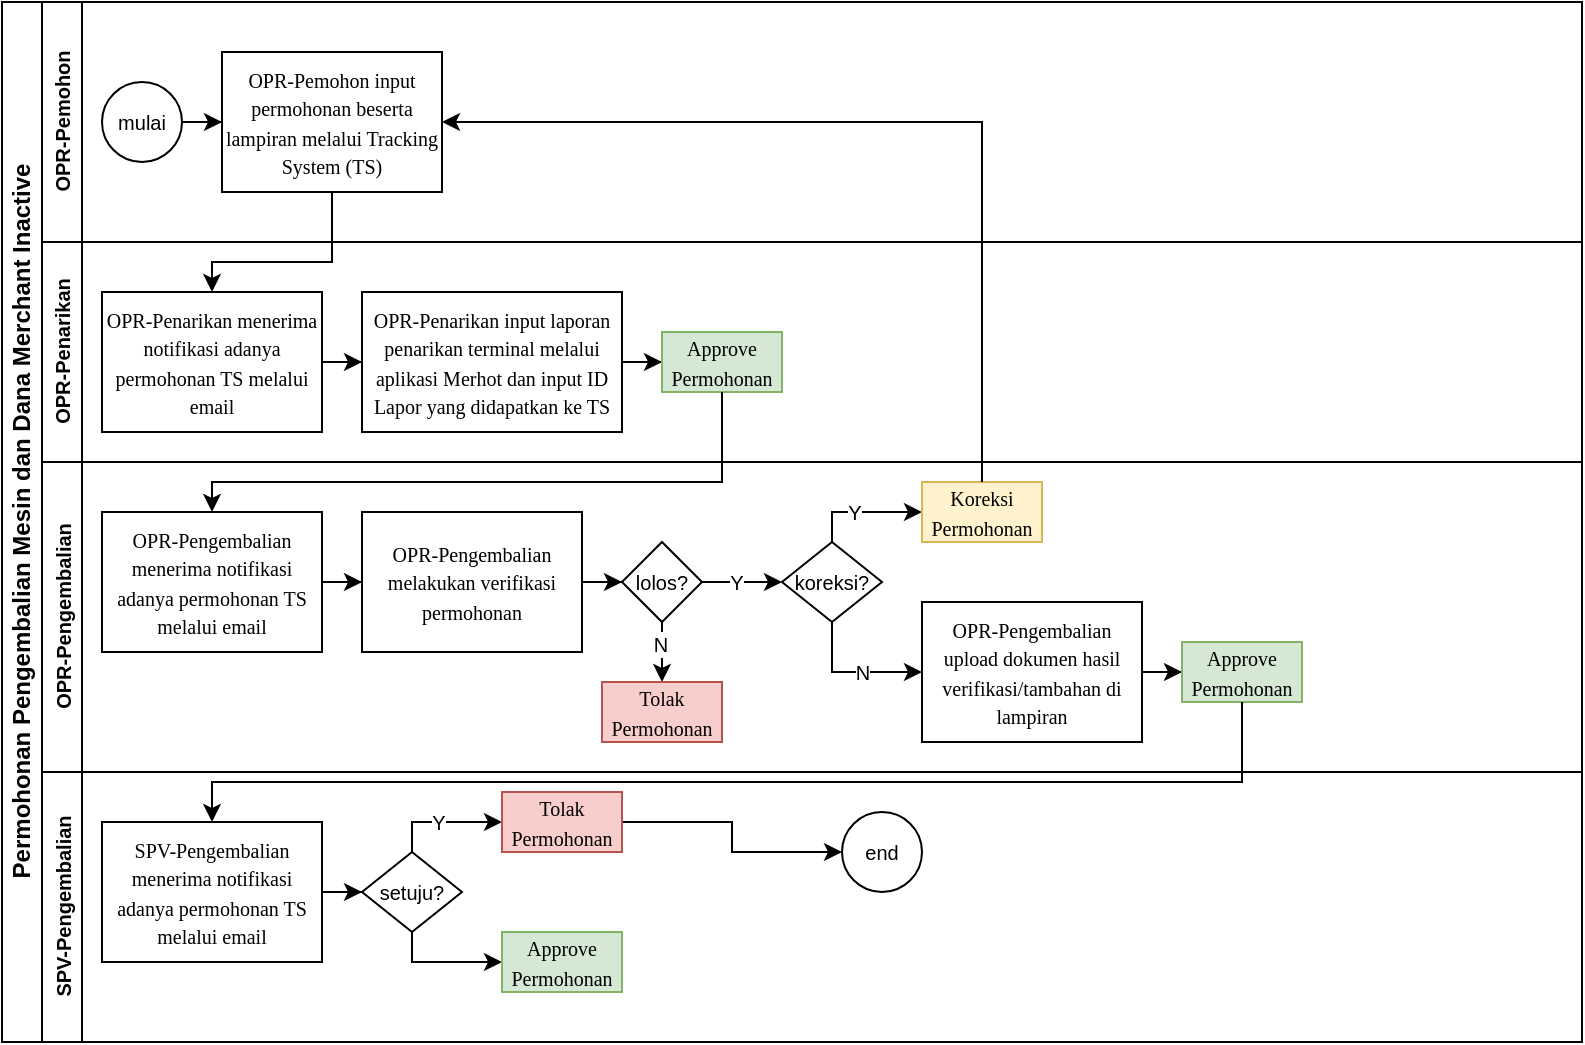
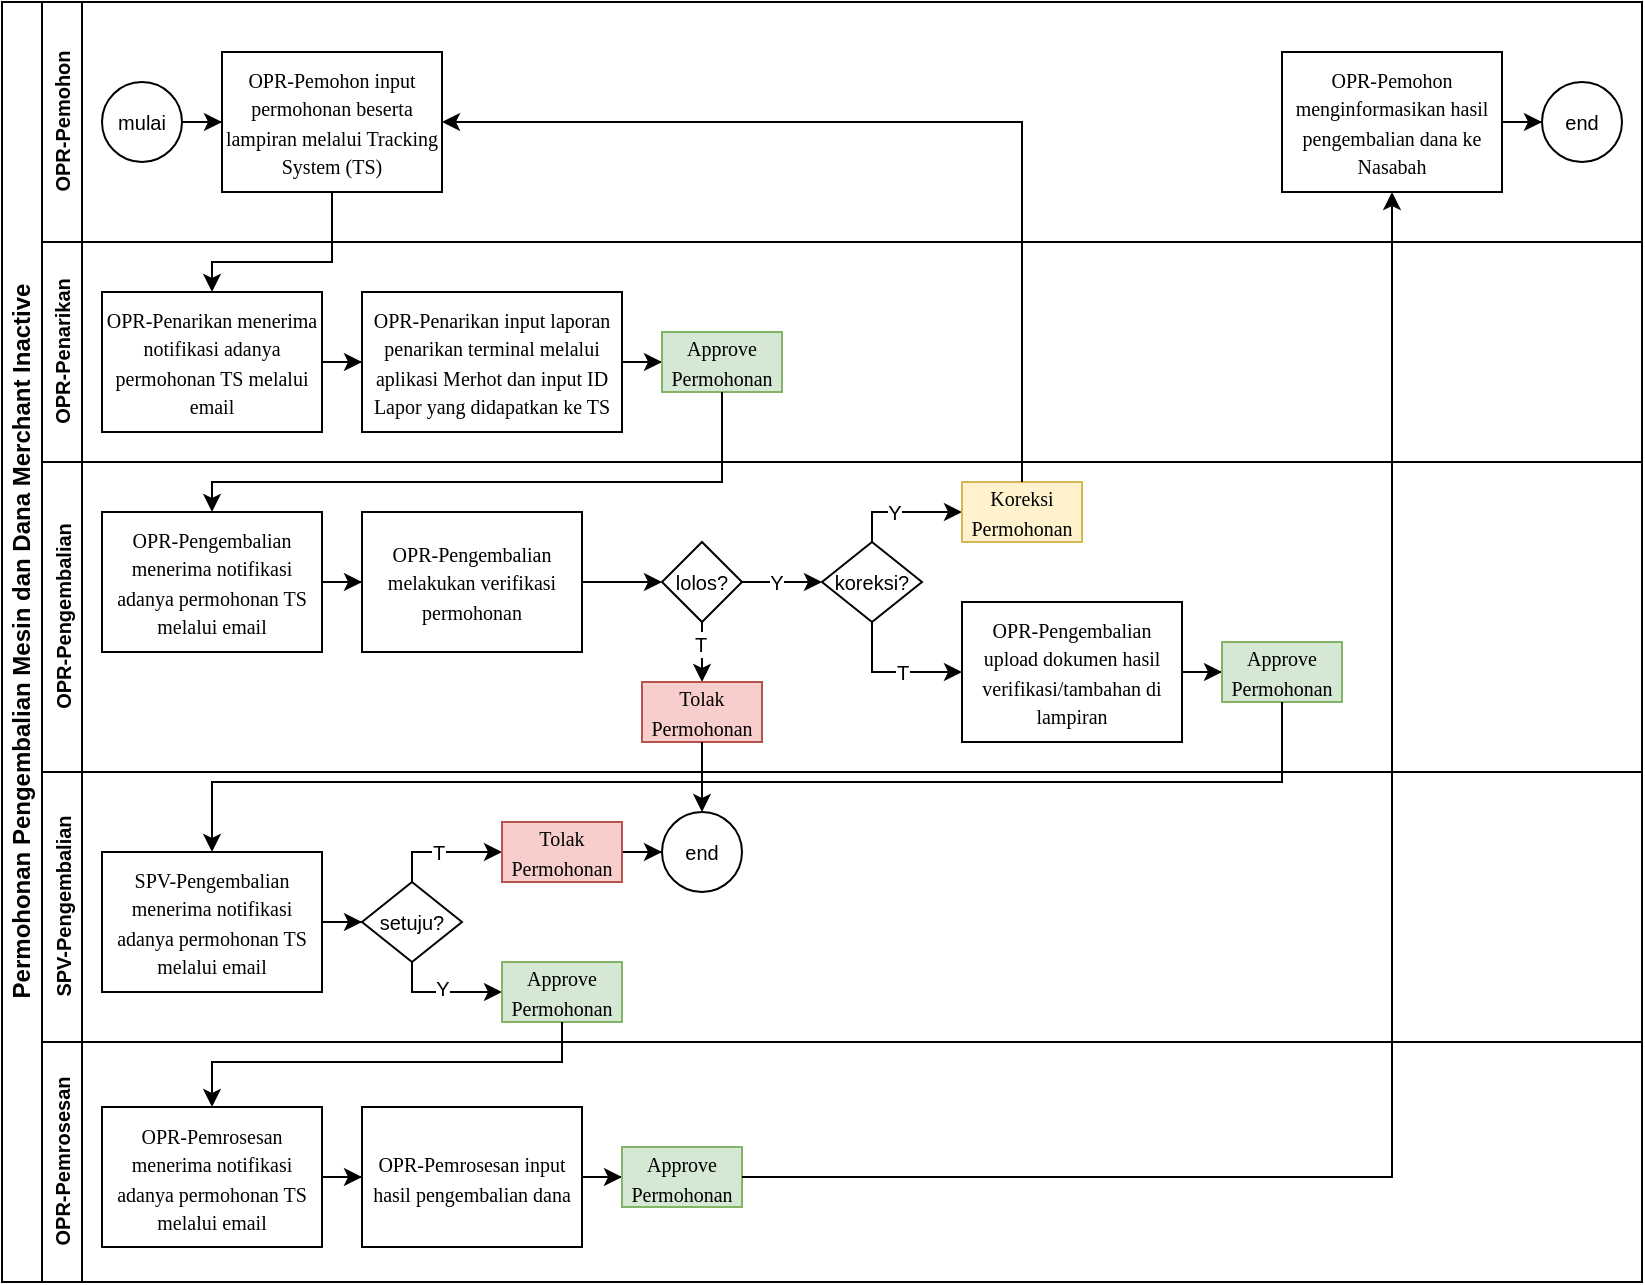
- <mxfile host="app.diagrams.net" agent="Mozilla/5.0 (Windows NT 10.0; Win64; x64) AppleWebKit/537.36 (KHTML, like Gecko) Chrome/126.0.0.0 Safari/537.36" version="29.5.4">
+ <mxfile host="app.diagrams.net" agent="Mozilla/5.0 (Windows NT 10.0; Win64; x64) AppleWebKit/537.36 (KHTML, like Gecko) Chrome/126.0.0.0 Safari/537.36">
  <diagram id="prtHgNgQTEPvFCAcTncT" name="Page-1">
-     <mxGraphModel dx="291" dy="184" grid="1" gridSize="10" guides="1" tooltips="1" connect="1" arrows="1" fold="1" page="1" pageScale="1" pageWidth="827" pageHeight="1169" math="0" shadow="0">
+     <mxGraphModel dx="1191" dy="765" grid="1" gridSize="10" guides="1" tooltips="1" connect="1" arrows="1" fold="1" page="1" pageScale="1" pageWidth="827" pageHeight="1169" math="0" shadow="0">
      <root>
        <mxCell id="0" />
        <mxCell id="1" parent="0" />
        <mxCell id="dNxyNK7c78bLwvsdeMH5-19" parent="1" style="swimlane;html=1;childLayout=stackLayout;resizeParent=1;resizeParentMax=0;horizontal=0;startSize=20;horizontalStack=0;" value="Permohonan Pengembalian Mesin dan Dana Merchant Inactive" vertex="1">
-           <mxGeometry height="520" width="790" x="120" y="120" as="geometry" />
+           <mxGeometry height="640" width="820" x="120" y="120" as="geometry" />
        </mxCell>
        <mxCell id="dNxyNK7c78bLwvsdeMH5-20" parent="dNxyNK7c78bLwvsdeMH5-19" style="swimlane;html=1;startSize=20;horizontal=0;" value="&lt;font style=&quot;font-size: 10px;&quot;&gt;OPR-Pemohon&lt;/font&gt;" vertex="1">
-           <mxGeometry height="120" width="770" x="20" as="geometry" />
+           <mxGeometry height="120" width="800" x="20" as="geometry" />
        </mxCell>
        <mxCell id="dNxyNK7c78bLwvsdeMH5-25" edge="1" parent="dNxyNK7c78bLwvsdeMH5-20" source="dNxyNK7c78bLwvsdeMH5-23" style="edgeStyle=orthogonalEdgeStyle;rounded=0;orthogonalLoop=1;jettySize=auto;html=1;" target="dNxyNK7c78bLwvsdeMH5-24" value="">
          <mxGeometry relative="1" as="geometry" />
        </mxCell>
        <mxCell id="dNxyNK7c78bLwvsdeMH5-23" parent="dNxyNK7c78bLwvsdeMH5-20" style="ellipse;whiteSpace=wrap;html=1;" value="&lt;font style=&quot;font-size: 10px;&quot;&gt;mulai&lt;/font&gt;" vertex="1">
          <mxGeometry height="40" width="40" x="30" y="40" as="geometry" />
        </mxCell>
        <mxCell id="dNxyNK7c78bLwvsdeMH5-24" parent="dNxyNK7c78bLwvsdeMH5-20" style="rounded=0;whiteSpace=wrap;html=1;fontFamily=Helvetica;fontSize=12;fontColor=#000000;align=center;" value="&lt;p style=&quot;margin-top: 0pt; margin-bottom: 0pt; margin-left: 0in; text-indent: 0in;&quot;&gt;&lt;font face=&quot;Calibri&quot;&gt;&lt;span style=&quot;font-size: 10px;&quot;&gt;OPR-Pemohon input permohonan beserta lampiran melalui Tracking System (TS)&lt;/span&gt;&lt;/font&gt;&lt;/p&gt;" vertex="1">
          <mxGeometry height="70" width="110" x="90" y="25" as="geometry" />
        </mxCell>
+         <mxCell id="cNa4_kytHo1qc1b3MSUK-22" parent="dNxyNK7c78bLwvsdeMH5-20" style="rounded=0;whiteSpace=wrap;html=1;fontFamily=Helvetica;fontSize=12;fontColor=#000000;align=center;" value="&lt;p style=&quot;margin-top: 0pt; margin-bottom: 0pt; margin-left: 0in; text-indent: 0in;&quot;&gt;&lt;font face=&quot;Calibri&quot;&gt;&lt;span style=&quot;font-size: 10px;&quot;&gt;OPR-Pemohon menginformasikan hasil pengembalian dana ke Nasabah&lt;/span&gt;&lt;/font&gt;&lt;/p&gt;" vertex="1">
+           <mxGeometry height="70" width="110" x="620" y="25" as="geometry" />
+         </mxCell>
        <mxCell id="NBJxpP88fzu-h1vcubgM-2" edge="1" parent="dNxyNK7c78bLwvsdeMH5-19" source="dNxyNK7c78bLwvsdeMH5-24" style="edgeStyle=orthogonalEdgeStyle;rounded=0;orthogonalLoop=1;jettySize=auto;html=1;" target="NBJxpP88fzu-h1vcubgM-1">
          <mxGeometry relative="1" as="geometry">
            <Array as="points">
              <mxPoint x="165" y="130" />
              <mxPoint x="105" y="130" />
            </Array>
          </mxGeometry>
        </mxCell>
        <mxCell id="dNxyNK7c78bLwvsdeMH5-21" parent="dNxyNK7c78bLwvsdeMH5-19" style="swimlane;html=1;startSize=20;horizontal=0;" value="&lt;font style=&quot;font-size: 10px;&quot;&gt;OPR-Penarikan&lt;/font&gt;" vertex="1">
-           <mxGeometry height="110" width="770" x="20" y="120" as="geometry" />
+           <mxGeometry height="110" width="800" x="20" y="120" as="geometry" />
        </mxCell>
        <mxCell id="NBJxpP88fzu-h1vcubgM-4" edge="1" parent="dNxyNK7c78bLwvsdeMH5-21" source="NBJxpP88fzu-h1vcubgM-1" style="edgeStyle=orthogonalEdgeStyle;rounded=0;orthogonalLoop=1;jettySize=auto;html=1;" target="NBJxpP88fzu-h1vcubgM-3">
          <mxGeometry relative="1" as="geometry" />
        </mxCell>
        <mxCell id="NBJxpP88fzu-h1vcubgM-1" parent="dNxyNK7c78bLwvsdeMH5-21" style="rounded=0;whiteSpace=wrap;html=1;fontFamily=Helvetica;fontSize=12;fontColor=#000000;align=center;" value="&lt;p style=&quot;margin-top: 0pt; margin-bottom: 0pt; margin-left: 0in; text-indent: 0in;&quot;&gt;&lt;font face=&quot;Calibri&quot;&gt;&lt;span style=&quot;font-size: 10px;&quot;&gt;OPR-Penarikan menerima notifikasi adanya permohonan TS melalui email&lt;/span&gt;&lt;/font&gt;&lt;/p&gt;" vertex="1">
          <mxGeometry height="70" width="110" x="30" y="25" as="geometry" />
        </mxCell>
        <mxCell id="NBJxpP88fzu-h1vcubgM-11" edge="1" parent="dNxyNK7c78bLwvsdeMH5-21" source="NBJxpP88fzu-h1vcubgM-3" style="edgeStyle=orthogonalEdgeStyle;rounded=0;orthogonalLoop=1;jettySize=auto;html=1;" target="NBJxpP88fzu-h1vcubgM-10">
          <mxGeometry relative="1" as="geometry" />
        </mxCell>
        <mxCell id="NBJxpP88fzu-h1vcubgM-3" parent="dNxyNK7c78bLwvsdeMH5-21" style="rounded=0;whiteSpace=wrap;html=1;fontFamily=Helvetica;fontSize=12;fontColor=#000000;align=center;" value="&lt;p style=&quot;margin-top: 0pt; margin-bottom: 0pt; margin-left: 0in; text-indent: 0in;&quot;&gt;&lt;font face=&quot;Calibri&quot;&gt;&lt;span style=&quot;font-size: 10px;&quot;&gt;OPR-Penarikan input laporan penarikan terminal melalui aplikasi Merhot dan input ID Lapor yang didapatkan ke TS&lt;/span&gt;&lt;/font&gt;&lt;/p&gt;" vertex="1">
          <mxGeometry height="70" width="130" x="160" y="25" as="geometry" />
        </mxCell>
        <mxCell id="NBJxpP88fzu-h1vcubgM-10" parent="dNxyNK7c78bLwvsdeMH5-21" style="rounded=0;whiteSpace=wrap;html=1;fontFamily=Helvetica;fontSize=12;align=center;fillColor=#d5e8d4;strokeColor=#82b366;" value="&lt;p style=&quot;margin-top: 0pt; margin-bottom: 0pt; margin-left: 0in; text-indent: 0in;&quot;&gt;&lt;font face=&quot;Calibri&quot;&gt;&lt;span style=&quot;font-size: 10px;&quot;&gt;Approve Permohonan&lt;/span&gt;&lt;/font&gt;&lt;/p&gt;" vertex="1">
          <mxGeometry height="30" width="60" x="310" y="45" as="geometry" />
        </mxCell>
        <mxCell id="NBJxpP88fzu-h1vcubgM-14" edge="1" parent="dNxyNK7c78bLwvsdeMH5-19" source="NBJxpP88fzu-h1vcubgM-10" style="edgeStyle=orthogonalEdgeStyle;rounded=0;orthogonalLoop=1;jettySize=auto;html=1;entryX=0.5;entryY=0;entryDx=0;entryDy=0;" target="NBJxpP88fzu-h1vcubgM-12">
          <mxGeometry relative="1" as="geometry">
            <Array as="points">
              <mxPoint x="360" y="240" />
              <mxPoint x="105" y="240" />
            </Array>
          </mxGeometry>
        </mxCell>
        <mxCell id="dNxyNK7c78bLwvsdeMH5-22" parent="dNxyNK7c78bLwvsdeMH5-19" style="swimlane;html=1;startSize=20;horizontal=0;" value="&lt;font style=&quot;font-size: 10px;&quot;&gt;OPR-Pengembalian&lt;/font&gt;" vertex="1">
-           <mxGeometry height="155" width="770" x="20" y="230" as="geometry" />
+           <mxGeometry height="155" width="800" x="20" y="230" as="geometry" />
        </mxCell>
        <mxCell id="NBJxpP88fzu-h1vcubgM-34" edge="1" parent="dNxyNK7c78bLwvsdeMH5-22" source="NBJxpP88fzu-h1vcubgM-12" style="edgeStyle=orthogonalEdgeStyle;rounded=0;orthogonalLoop=1;jettySize=auto;html=1;entryX=0;entryY=0.5;entryDx=0;entryDy=0;" target="NBJxpP88fzu-h1vcubgM-33">
          <mxGeometry relative="1" as="geometry" />
        </mxCell>
        <mxCell id="NBJxpP88fzu-h1vcubgM-12" parent="dNxyNK7c78bLwvsdeMH5-22" style="rounded=0;whiteSpace=wrap;html=1;fontFamily=Helvetica;fontSize=12;fontColor=#000000;align=center;" value="&lt;p style=&quot;margin-top: 0pt; margin-bottom: 0pt; margin-left: 0in; text-indent: 0in;&quot;&gt;&lt;font face=&quot;Calibri&quot;&gt;&lt;span style=&quot;font-size: 10px;&quot;&gt;OPR-Pengembalian menerima notifikasi adanya permohonan TS melalui email&lt;/span&gt;&lt;/font&gt;&lt;/p&gt;" vertex="1">
          <mxGeometry height="70" width="110" x="30" y="25" as="geometry" />
        </mxCell>
        <mxCell id="NBJxpP88fzu-h1vcubgM-35" edge="1" parent="dNxyNK7c78bLwvsdeMH5-22" source="NBJxpP88fzu-h1vcubgM-33" style="edgeStyle=orthogonalEdgeStyle;rounded=0;orthogonalLoop=1;jettySize=auto;html=1;entryX=0;entryY=0.5;entryDx=0;entryDy=0;" target="dNxyNK7c78bLwvsdeMH5-28">
          <mxGeometry relative="1" as="geometry" />
        </mxCell>
        <mxCell id="NBJxpP88fzu-h1vcubgM-33" parent="dNxyNK7c78bLwvsdeMH5-22" style="rounded=0;whiteSpace=wrap;html=1;fontFamily=Helvetica;fontSize=12;fontColor=#000000;align=center;" value="&lt;p style=&quot;margin-top: 0pt; margin-bottom: 0pt; margin-left: 0in; text-indent: 0in;&quot;&gt;&lt;font face=&quot;Calibri&quot;&gt;&lt;span style=&quot;font-size: 10px;&quot;&gt;OPR-Pengembalian melakukan verifikasi permohonan&lt;/span&gt;&lt;/font&gt;&lt;/p&gt;" vertex="1">
          <mxGeometry height="70" width="110" x="160" y="25" as="geometry" />
        </mxCell>
        <mxCell id="NBJxpP88fzu-h1vcubgM-38" edge="1" parent="dNxyNK7c78bLwvsdeMH5-22" source="dNxyNK7c78bLwvsdeMH5-28" style="edgeStyle=orthogonalEdgeStyle;rounded=0;orthogonalLoop=1;jettySize=auto;html=1;entryX=0;entryY=0.5;entryDx=0;entryDy=0;" target="NBJxpP88fzu-h1vcubgM-48">
          <mxGeometry relative="1" as="geometry" />
        </mxCell>
        <mxCell id="NBJxpP88fzu-h1vcubgM-49" connectable="0" parent="NBJxpP88fzu-h1vcubgM-38" style="edgeLabel;html=1;align=center;verticalAlign=middle;resizable=0;points=[];" value="&lt;font style=&quot;font-size: 10px;&quot;&gt;Y&lt;/font&gt;" vertex="1">
          <mxGeometry relative="1" x="-0.1633" as="geometry">
            <mxPoint as="offset" />
          </mxGeometry>
        </mxCell>
        <mxCell id="NBJxpP88fzu-h1vcubgM-50" edge="1" parent="dNxyNK7c78bLwvsdeMH5-22" source="dNxyNK7c78bLwvsdeMH5-28" style="edgeStyle=orthogonalEdgeStyle;rounded=0;orthogonalLoop=1;jettySize=auto;html=1;entryX=0.5;entryY=0;entryDx=0;entryDy=0;" target="NBJxpP88fzu-h1vcubgM-37">
          <mxGeometry relative="1" as="geometry" />
        </mxCell>
-         <mxCell id="NBJxpP88fzu-h1vcubgM-54" connectable="0" parent="NBJxpP88fzu-h1vcubgM-50" style="edgeLabel;html=1;align=center;verticalAlign=middle;resizable=0;points=[];" value="&lt;font style=&quot;font-size: 10px;&quot;&gt;N&lt;/font&gt;" vertex="1">
+         <mxCell id="NBJxpP88fzu-h1vcubgM-54" connectable="0" parent="NBJxpP88fzu-h1vcubgM-50" style="edgeLabel;html=1;align=center;verticalAlign=middle;resizable=0;points=[];" value="&lt;font style=&quot;font-size: 10px;&quot;&gt;T&lt;/font&gt;" vertex="1">
          <mxGeometry relative="1" x="0.2388" y="-1" as="geometry">
            <mxPoint as="offset" />
          </mxGeometry>
        </mxCell>
        <mxCell id="dNxyNK7c78bLwvsdeMH5-28" parent="dNxyNK7c78bLwvsdeMH5-22" style="rhombus;whiteSpace=wrap;html=1;fontFamily=Helvetica;fontSize=12;fontColor=#000000;align=center;" value="&lt;font style=&quot;font-size: 10px;&quot;&gt;lolos?&lt;/font&gt;" vertex="1">
-           <mxGeometry height="40" width="40" x="290" y="40" as="geometry" />
+           <mxGeometry height="40" width="40" x="310" y="40" as="geometry" />
        </mxCell>
        <mxCell id="NBJxpP88fzu-h1vcubgM-37" parent="dNxyNK7c78bLwvsdeMH5-22" style="rounded=0;whiteSpace=wrap;html=1;fontFamily=Helvetica;fontSize=12;align=center;fillColor=#f8cecc;strokeColor=#b85450;" value="&lt;p style=&quot;margin-top: 0pt; margin-bottom: 0pt; margin-left: 0in; text-indent: 0in;&quot;&gt;&lt;font face=&quot;Calibri&quot;&gt;&lt;span style=&quot;font-size: 10px;&quot;&gt;Tolak Permohonan&lt;/span&gt;&lt;/font&gt;&lt;/p&gt;" vertex="1">
-           <mxGeometry height="30" width="60" x="280" y="110" as="geometry" />
+           <mxGeometry height="30" width="60" x="300" y="110" as="geometry" />
        </mxCell>
        <mxCell id="NBJxpP88fzu-h1vcubgM-55" edge="1" parent="dNxyNK7c78bLwvsdeMH5-22" source="NBJxpP88fzu-h1vcubgM-48" style="edgeStyle=orthogonalEdgeStyle;rounded=0;orthogonalLoop=1;jettySize=auto;html=1;entryX=0;entryY=0.5;entryDx=0;entryDy=0;exitX=0.5;exitY=0;exitDx=0;exitDy=0;" target="NBJxpP88fzu-h1vcubgM-46">
          <mxGeometry relative="1" as="geometry">
            <Array as="points">
-               <mxPoint x="395" y="25" />
+               <mxPoint x="415" y="25" />
            </Array>
          </mxGeometry>
        </mxCell>
        <mxCell id="NBJxpP88fzu-h1vcubgM-56" connectable="0" parent="NBJxpP88fzu-h1vcubgM-55" style="edgeLabel;html=1;align=center;verticalAlign=middle;resizable=0;points=[];" value="&lt;font style=&quot;font-size: 10px;&quot;&gt;Y&lt;/font&gt;" vertex="1">
          <mxGeometry relative="1" x="-0.1288" y="-2" as="geometry">
            <mxPoint y="-2" as="offset" />
          </mxGeometry>
        </mxCell>
        <mxCell id="NBJxpP88fzu-h1vcubgM-59" edge="1" parent="dNxyNK7c78bLwvsdeMH5-22" source="NBJxpP88fzu-h1vcubgM-48" style="edgeStyle=orthogonalEdgeStyle;rounded=0;orthogonalLoop=1;jettySize=auto;html=1;entryX=0;entryY=0.5;entryDx=0;entryDy=0;exitX=0.5;exitY=1;exitDx=0;exitDy=0;" target="NBJxpP88fzu-h1vcubgM-61">
          <mxGeometry relative="1" as="geometry" />
        </mxCell>
-         <mxCell id="NBJxpP88fzu-h1vcubgM-60" connectable="0" parent="NBJxpP88fzu-h1vcubgM-59" style="edgeLabel;html=1;align=center;verticalAlign=middle;resizable=0;points=[];" value="&lt;font style=&quot;font-size: 10px;&quot;&gt;N&lt;/font&gt;" vertex="1">
+         <mxCell id="NBJxpP88fzu-h1vcubgM-60" connectable="0" parent="NBJxpP88fzu-h1vcubgM-59" style="edgeLabel;html=1;align=center;verticalAlign=middle;resizable=0;points=[];" value="&lt;font style=&quot;font-size: 10px;&quot;&gt;T&lt;/font&gt;" vertex="1">
          <mxGeometry relative="1" x="-0.7527" y="-2" as="geometry">
            <mxPoint x="17" y="16" as="offset" />
          </mxGeometry>
        </mxCell>
        <mxCell id="NBJxpP88fzu-h1vcubgM-48" parent="dNxyNK7c78bLwvsdeMH5-22" style="rhombus;whiteSpace=wrap;html=1;fontFamily=Helvetica;fontSize=12;fontColor=#000000;align=center;" value="&lt;font style=&quot;font-size: 10px;&quot;&gt;koreksi?&lt;/font&gt;" vertex="1">
-           <mxGeometry height="40" width="50" x="370" y="40" as="geometry" />
+           <mxGeometry height="40" width="50" x="390" y="40" as="geometry" />
        </mxCell>
        <mxCell id="NBJxpP88fzu-h1vcubgM-46" parent="dNxyNK7c78bLwvsdeMH5-22" style="rounded=0;whiteSpace=wrap;html=1;fontFamily=Helvetica;fontSize=12;align=center;fillColor=#fff2cc;strokeColor=#d6b656;" value="&lt;p style=&quot;margin-top: 0pt; margin-bottom: 0pt; margin-left: 0in; text-indent: 0in;&quot;&gt;&lt;font face=&quot;Calibri&quot;&gt;&lt;span style=&quot;font-size: 10px;&quot;&gt;Koreksi Permohonan&lt;/span&gt;&lt;/font&gt;&lt;/p&gt;" vertex="1">
-           <mxGeometry height="30" width="60" x="440" y="10" as="geometry" />
+           <mxGeometry height="30" width="60" x="460" y="10" as="geometry" />
        </mxCell>
        <mxCell id="NBJxpP88fzu-h1vcubgM-62" edge="1" parent="dNxyNK7c78bLwvsdeMH5-22" source="NBJxpP88fzu-h1vcubgM-61" style="edgeStyle=orthogonalEdgeStyle;rounded=0;orthogonalLoop=1;jettySize=auto;html=1;entryX=0;entryY=0.5;entryDx=0;entryDy=0;" target="NBJxpP88fzu-h1vcubgM-58">
          <mxGeometry relative="1" as="geometry" />
        </mxCell>
        <mxCell id="NBJxpP88fzu-h1vcubgM-61" parent="dNxyNK7c78bLwvsdeMH5-22" style="rounded=0;whiteSpace=wrap;html=1;fontFamily=Helvetica;fontSize=12;fontColor=#000000;align=center;" value="&lt;p style=&quot;margin-top: 0pt; margin-bottom: 0pt; margin-left: 0in; text-indent: 0in;&quot;&gt;&lt;font face=&quot;Calibri&quot;&gt;&lt;span style=&quot;font-size: 10px;&quot;&gt;OPR-Pengembalian upload dokumen hasil verifikasi/tambahan di lampiran&lt;/span&gt;&lt;/font&gt;&lt;/p&gt;" vertex="1">
-           <mxGeometry height="70" width="110" x="440" y="70" as="geometry" />
+           <mxGeometry height="70" width="110" x="460" y="70" as="geometry" />
        </mxCell>
        <mxCell id="NBJxpP88fzu-h1vcubgM-58" parent="dNxyNK7c78bLwvsdeMH5-22" style="rounded=0;whiteSpace=wrap;html=1;fontFamily=Helvetica;fontSize=12;align=center;fillColor=#d5e8d4;strokeColor=#82b366;" value="&lt;p style=&quot;margin-top: 0pt; margin-bottom: 0pt; margin-left: 0in; text-indent: 0in;&quot;&gt;&lt;font face=&quot;Calibri&quot;&gt;&lt;span style=&quot;font-size: 10px;&quot;&gt;Approve Permohonan&lt;/span&gt;&lt;/font&gt;&lt;/p&gt;" vertex="1">
-           <mxGeometry height="30" width="60" x="570" y="90" as="geometry" />
+           <mxGeometry height="30" width="60" x="590" y="90" as="geometry" />
        </mxCell>
        <mxCell id="NBJxpP88fzu-h1vcubgM-57" edge="1" parent="dNxyNK7c78bLwvsdeMH5-19" source="NBJxpP88fzu-h1vcubgM-46" style="edgeStyle=orthogonalEdgeStyle;rounded=0;orthogonalLoop=1;jettySize=auto;html=1;entryX=1;entryY=0.5;entryDx=0;entryDy=0;exitX=0.5;exitY=0;exitDx=0;exitDy=0;" target="dNxyNK7c78bLwvsdeMH5-24">
          <mxGeometry relative="1" as="geometry">
            <Array as="points">
-               <mxPoint x="490" y="60" />
-             </Array>
+               <mxPoint x="510" y="60" />
+             </Array>
+           </mxGeometry>
+         </mxCell>
+         <mxCell id="NBJxpP88fzu-h1vcubgM-64" edge="1" parent="dNxyNK7c78bLwvsdeMH5-19" source="NBJxpP88fzu-h1vcubgM-58" style="edgeStyle=orthogonalEdgeStyle;rounded=0;orthogonalLoop=1;jettySize=auto;html=1;exitX=0.5;exitY=1;exitDx=0;exitDy=0;" target="NBJxpP88fzu-h1vcubgM-63">
+           <mxGeometry relative="1" as="geometry">
+             <Array as="points">
+               <mxPoint x="640" y="390" />
+               <mxPoint x="105" y="390" />
+             </Array>
+           </mxGeometry>
+         </mxCell>
+         <mxCell id="cNa4_kytHo1qc1b3MSUK-1" edge="1" parent="dNxyNK7c78bLwvsdeMH5-19" source="NBJxpP88fzu-h1vcubgM-37" style="edgeStyle=orthogonalEdgeStyle;rounded=0;orthogonalLoop=1;jettySize=auto;html=1;" target="dNxyNK7c78bLwvsdeMH5-32">
+           <mxGeometry relative="1" as="geometry">
+             <mxPoint x="350" y="390" as="targetPoint" />
          </mxGeometry>
        </mxCell>
        <mxCell id="NBJxpP88fzu-h1vcubgM-39" parent="dNxyNK7c78bLwvsdeMH5-19" style="swimlane;html=1;startSize=20;horizontal=0;" value="&lt;font style=&quot;font-size: 10px;&quot;&gt;SPV-Pengembalian&lt;/font&gt;" vertex="1">
-           <mxGeometry height="135" width="770" x="20" y="385" as="geometry" />
+           <mxGeometry height="135" width="800" x="20" y="385" as="geometry" />
        </mxCell>
        <mxCell id="NBJxpP88fzu-h1vcubgM-68" edge="1" parent="NBJxpP88fzu-h1vcubgM-39" source="NBJxpP88fzu-h1vcubgM-63" style="edgeStyle=orthogonalEdgeStyle;rounded=0;orthogonalLoop=1;jettySize=auto;html=1;entryX=0;entryY=0.5;entryDx=0;entryDy=0;" target="NBJxpP88fzu-h1vcubgM-66">
          <mxGeometry relative="1" as="geometry" />
        </mxCell>
        <mxCell id="NBJxpP88fzu-h1vcubgM-63" parent="NBJxpP88fzu-h1vcubgM-39" style="rounded=0;whiteSpace=wrap;html=1;fontFamily=Helvetica;fontSize=12;fontColor=#000000;align=center;" value="&lt;p style=&quot;margin-top: 0pt; margin-bottom: 0pt; margin-left: 0in; text-indent: 0in;&quot;&gt;&lt;font face=&quot;Calibri&quot;&gt;&lt;span style=&quot;font-size: 10px;&quot;&gt;SPV-Pengembalian menerima notifikasi adanya permohonan TS melalui email&lt;/span&gt;&lt;/font&gt;&lt;/p&gt;" vertex="1">
-           <mxGeometry height="70" width="110" x="30" y="25" as="geometry" />
+           <mxGeometry height="70" width="110" x="30" y="40" as="geometry" />
        </mxCell>
        <mxCell id="NBJxpP88fzu-h1vcubgM-70" edge="1" parent="NBJxpP88fzu-h1vcubgM-39" source="NBJxpP88fzu-h1vcubgM-66" style="edgeStyle=orthogonalEdgeStyle;rounded=0;orthogonalLoop=1;jettySize=auto;html=1;entryX=0;entryY=0.5;entryDx=0;entryDy=0;exitX=0.5;exitY=0;exitDx=0;exitDy=0;" target="NBJxpP88fzu-h1vcubgM-69">
          <mxGeometry relative="1" as="geometry">
            <Array as="points">
-               <mxPoint x="185" y="25" />
-             </Array>
-           </mxGeometry>
-         </mxCell>
-         <mxCell id="NBJxpP88fzu-h1vcubgM-74" connectable="0" parent="NBJxpP88fzu-h1vcubgM-70" style="edgeLabel;html=1;align=center;verticalAlign=middle;resizable=0;points=[];" value="&lt;font style=&quot;font-size: 10px;&quot;&gt;Y&lt;/font&gt;" vertex="1">
+               <mxPoint x="185" y="40" />
+             </Array>
+           </mxGeometry>
+         </mxCell>
+         <mxCell id="NBJxpP88fzu-h1vcubgM-74" connectable="0" parent="NBJxpP88fzu-h1vcubgM-70" style="edgeLabel;html=1;align=center;verticalAlign=middle;resizable=0;points=[];" value="&lt;span style=&quot;font-size: 10px;&quot;&gt;T&lt;/span&gt;" vertex="1">
          <mxGeometry relative="1" x="-0.0868" as="geometry">
            <mxPoint as="offset" />
          </mxGeometry>
        </mxCell>
        <mxCell id="NBJxpP88fzu-h1vcubgM-75" edge="1" parent="NBJxpP88fzu-h1vcubgM-39" source="NBJxpP88fzu-h1vcubgM-66" style="edgeStyle=orthogonalEdgeStyle;rounded=0;orthogonalLoop=1;jettySize=auto;html=1;entryX=0;entryY=0.5;entryDx=0;entryDy=0;" target="NBJxpP88fzu-h1vcubgM-71">
          <mxGeometry relative="1" as="geometry">
            <Array as="points">
              <mxPoint x="185" y="95" />
            </Array>
          </mxGeometry>
        </mxCell>
+         <mxCell id="cNa4_kytHo1qc1b3MSUK-2" connectable="0" parent="NBJxpP88fzu-h1vcubgM-75" style="edgeLabel;html=1;align=center;verticalAlign=middle;resizable=0;points=[];" value="&lt;font style=&quot;font-size: 10px;&quot;&gt;Y&lt;/font&gt;" vertex="1">
+           <mxGeometry relative="1" x="-0.0123" y="2" as="geometry">
+             <mxPoint as="offset" />
+           </mxGeometry>
+         </mxCell>
        <mxCell id="NBJxpP88fzu-h1vcubgM-66" parent="NBJxpP88fzu-h1vcubgM-39" style="rhombus;whiteSpace=wrap;html=1;fontFamily=Helvetica;fontSize=12;fontColor=#000000;align=center;" value="&lt;font style=&quot;font-size: 10px;&quot;&gt;setuju?&lt;/font&gt;" vertex="1">
-           <mxGeometry height="40" width="50" x="160" y="40" as="geometry" />
+           <mxGeometry height="40" width="50" x="160" y="55" as="geometry" />
        </mxCell>
        <mxCell id="NBJxpP88fzu-h1vcubgM-72" edge="1" parent="NBJxpP88fzu-h1vcubgM-39" source="NBJxpP88fzu-h1vcubgM-69" style="edgeStyle=orthogonalEdgeStyle;rounded=0;orthogonalLoop=1;jettySize=auto;html=1;entryX=0;entryY=0.5;entryDx=0;entryDy=0;" target="dNxyNK7c78bLwvsdeMH5-32">
          <mxGeometry relative="1" as="geometry" />
        </mxCell>
        <mxCell id="NBJxpP88fzu-h1vcubgM-69" parent="NBJxpP88fzu-h1vcubgM-39" style="rounded=0;whiteSpace=wrap;html=1;fontFamily=Helvetica;fontSize=12;align=center;fillColor=#f8cecc;strokeColor=#b85450;" value="&lt;p style=&quot;margin-top: 0pt; margin-bottom: 0pt; margin-left: 0in; text-indent: 0in;&quot;&gt;&lt;font face=&quot;Calibri&quot;&gt;&lt;span style=&quot;font-size: 10px;&quot;&gt;Tolak Permohonan&lt;/span&gt;&lt;/font&gt;&lt;/p&gt;" vertex="1">
-           <mxGeometry height="30" width="60" x="230" y="10" as="geometry" />
+           <mxGeometry height="30" width="60" x="230" y="25" as="geometry" />
        </mxCell>
        <mxCell id="NBJxpP88fzu-h1vcubgM-71" parent="NBJxpP88fzu-h1vcubgM-39" style="rounded=0;whiteSpace=wrap;html=1;fontFamily=Helvetica;fontSize=12;align=center;fillColor=#d5e8d4;strokeColor=#82b366;" value="&lt;p style=&quot;margin-top: 0pt; margin-bottom: 0pt; margin-left: 0in; text-indent: 0in;&quot;&gt;&lt;font face=&quot;Calibri&quot;&gt;&lt;span style=&quot;font-size: 10px;&quot;&gt;Approve Permohonan&lt;/span&gt;&lt;/font&gt;&lt;/p&gt;" vertex="1">
-           <mxGeometry height="30" width="60" x="230" y="80" as="geometry" />
+           <mxGeometry height="30" width="60" x="230" y="95" as="geometry" />
        </mxCell>
        <mxCell id="dNxyNK7c78bLwvsdeMH5-32" parent="NBJxpP88fzu-h1vcubgM-39" style="ellipse;whiteSpace=wrap;html=1;" value="&lt;font style=&quot;font-size: 10px;&quot;&gt;end&lt;/font&gt;" vertex="1">
-           <mxGeometry height="40" width="40" x="400" y="20" as="geometry" />
-         </mxCell>
-         <mxCell id="NBJxpP88fzu-h1vcubgM-64" edge="1" parent="dNxyNK7c78bLwvsdeMH5-19" source="NBJxpP88fzu-h1vcubgM-58" style="edgeStyle=orthogonalEdgeStyle;rounded=0;orthogonalLoop=1;jettySize=auto;html=1;" target="NBJxpP88fzu-h1vcubgM-63">
-           <mxGeometry relative="1" as="geometry">
-             <Array as="points">
-               <mxPoint x="620" y="390" />
-               <mxPoint x="105" y="390" />
-             </Array>
-           </mxGeometry>
+           <mxGeometry height="40" width="40" x="310" y="20" as="geometry" />
+         </mxCell>
+         <mxCell id="cNa4_kytHo1qc1b3MSUK-3" parent="dNxyNK7c78bLwvsdeMH5-19" style="swimlane;html=1;startSize=20;horizontal=0;" value="&lt;font style=&quot;font-size: 10px;&quot;&gt;OPR-Pemrosesan&lt;/font&gt;" vertex="1">
+           <mxGeometry height="120" width="800" x="20" y="520" as="geometry" />
+         </mxCell>
+         <mxCell id="cNa4_kytHo1qc1b3MSUK-18" edge="1" parent="cNa4_kytHo1qc1b3MSUK-3" source="cNa4_kytHo1qc1b3MSUK-15" style="edgeStyle=orthogonalEdgeStyle;rounded=0;orthogonalLoop=1;jettySize=auto;html=1;entryX=0;entryY=0.5;entryDx=0;entryDy=0;" target="cNa4_kytHo1qc1b3MSUK-17">
+           <mxGeometry relative="1" as="geometry" />
+         </mxCell>
+         <mxCell id="cNa4_kytHo1qc1b3MSUK-15" parent="cNa4_kytHo1qc1b3MSUK-3" style="rounded=0;whiteSpace=wrap;html=1;fontFamily=Helvetica;fontSize=12;fontColor=#000000;align=center;" value="&lt;p style=&quot;margin-top: 0pt; margin-bottom: 0pt; margin-left: 0in; text-indent: 0in;&quot;&gt;&lt;font face=&quot;Calibri&quot;&gt;&lt;span style=&quot;font-size: 10px;&quot;&gt;OPR-Pemrosesan menerima notifikasi adanya permohonan TS melalui email&lt;/span&gt;&lt;/font&gt;&lt;/p&gt;" vertex="1">
+           <mxGeometry height="70" width="110" x="30" y="32.5" as="geometry" />
+         </mxCell>
+         <mxCell id="cNa4_kytHo1qc1b3MSUK-20" edge="1" parent="cNa4_kytHo1qc1b3MSUK-3" source="cNa4_kytHo1qc1b3MSUK-17" style="edgeStyle=orthogonalEdgeStyle;rounded=0;orthogonalLoop=1;jettySize=auto;html=1;entryX=0;entryY=0.5;entryDx=0;entryDy=0;" target="cNa4_kytHo1qc1b3MSUK-21">
+           <mxGeometry relative="1" as="geometry">
+             <mxPoint x="290" y="67.51999999999998" as="targetPoint" />
+           </mxGeometry>
+         </mxCell>
+         <mxCell id="cNa4_kytHo1qc1b3MSUK-17" parent="cNa4_kytHo1qc1b3MSUK-3" style="rounded=0;whiteSpace=wrap;html=1;fontFamily=Helvetica;fontSize=12;fontColor=#000000;align=center;" value="&lt;p style=&quot;margin-top: 0pt; margin-bottom: 0pt; margin-left: 0in; text-indent: 0in;&quot;&gt;&lt;font face=&quot;Calibri&quot;&gt;&lt;span style=&quot;font-size: 10px;&quot;&gt;OPR-Pemrosesan input hasil pengembalian dana&lt;/span&gt;&lt;/font&gt;&lt;/p&gt;" vertex="1">
+           <mxGeometry height="70" width="110" x="160" y="32.5" as="geometry" />
+         </mxCell>
+         <mxCell id="cNa4_kytHo1qc1b3MSUK-21" parent="cNa4_kytHo1qc1b3MSUK-3" style="rounded=0;whiteSpace=wrap;html=1;fontFamily=Helvetica;fontSize=12;align=center;fillColor=#d5e8d4;strokeColor=#82b366;" value="&lt;p style=&quot;margin-top: 0pt; margin-bottom: 0pt; margin-left: 0in; text-indent: 0in;&quot;&gt;&lt;font face=&quot;Calibri&quot;&gt;&lt;span style=&quot;font-size: 10px;&quot;&gt;Approve Permohonan&lt;/span&gt;&lt;/font&gt;&lt;/p&gt;" vertex="1">
+           <mxGeometry height="30" width="60" x="290" y="52.5" as="geometry" />
+         </mxCell>
+         <mxCell id="cNa4_kytHo1qc1b3MSUK-16" edge="1" parent="dNxyNK7c78bLwvsdeMH5-19" source="NBJxpP88fzu-h1vcubgM-71" style="edgeStyle=orthogonalEdgeStyle;rounded=0;orthogonalLoop=1;jettySize=auto;html=1;entryX=0.5;entryY=0;entryDx=0;entryDy=0;" target="cNa4_kytHo1qc1b3MSUK-15">
+           <mxGeometry relative="1" as="geometry">
+             <Array as="points">
+               <mxPoint x="280" y="530" />
+               <mxPoint x="105" y="530" />
+             </Array>
+           </mxGeometry>
+         </mxCell>
+         <mxCell id="cNa4_kytHo1qc1b3MSUK-23" edge="1" parent="dNxyNK7c78bLwvsdeMH5-19" source="cNa4_kytHo1qc1b3MSUK-21" style="edgeStyle=orthogonalEdgeStyle;rounded=0;orthogonalLoop=1;jettySize=auto;html=1;entryX=0.5;entryY=1;entryDx=0;entryDy=0;" target="cNa4_kytHo1qc1b3MSUK-22">
+           <mxGeometry relative="1" as="geometry" />
+         </mxCell>
+         <mxCell id="cNa4_kytHo1qc1b3MSUK-25" parent="1" style="ellipse;whiteSpace=wrap;html=1;" value="&lt;font style=&quot;font-size: 10px;&quot;&gt;end&lt;/font&gt;" vertex="1">
+           <mxGeometry height="40" width="40" x="890" y="160" as="geometry" />
+         </mxCell>
+         <mxCell id="cNa4_kytHo1qc1b3MSUK-26" edge="1" parent="1" source="cNa4_kytHo1qc1b3MSUK-22" style="edgeStyle=orthogonalEdgeStyle;rounded=0;orthogonalLoop=1;jettySize=auto;html=1;entryX=0;entryY=0.5;entryDx=0;entryDy=0;" target="cNa4_kytHo1qc1b3MSUK-25">
+           <mxGeometry relative="1" as="geometry" />
        </mxCell>
      </root>
    </mxGraphModel>
  </diagram>
</mxfile>
